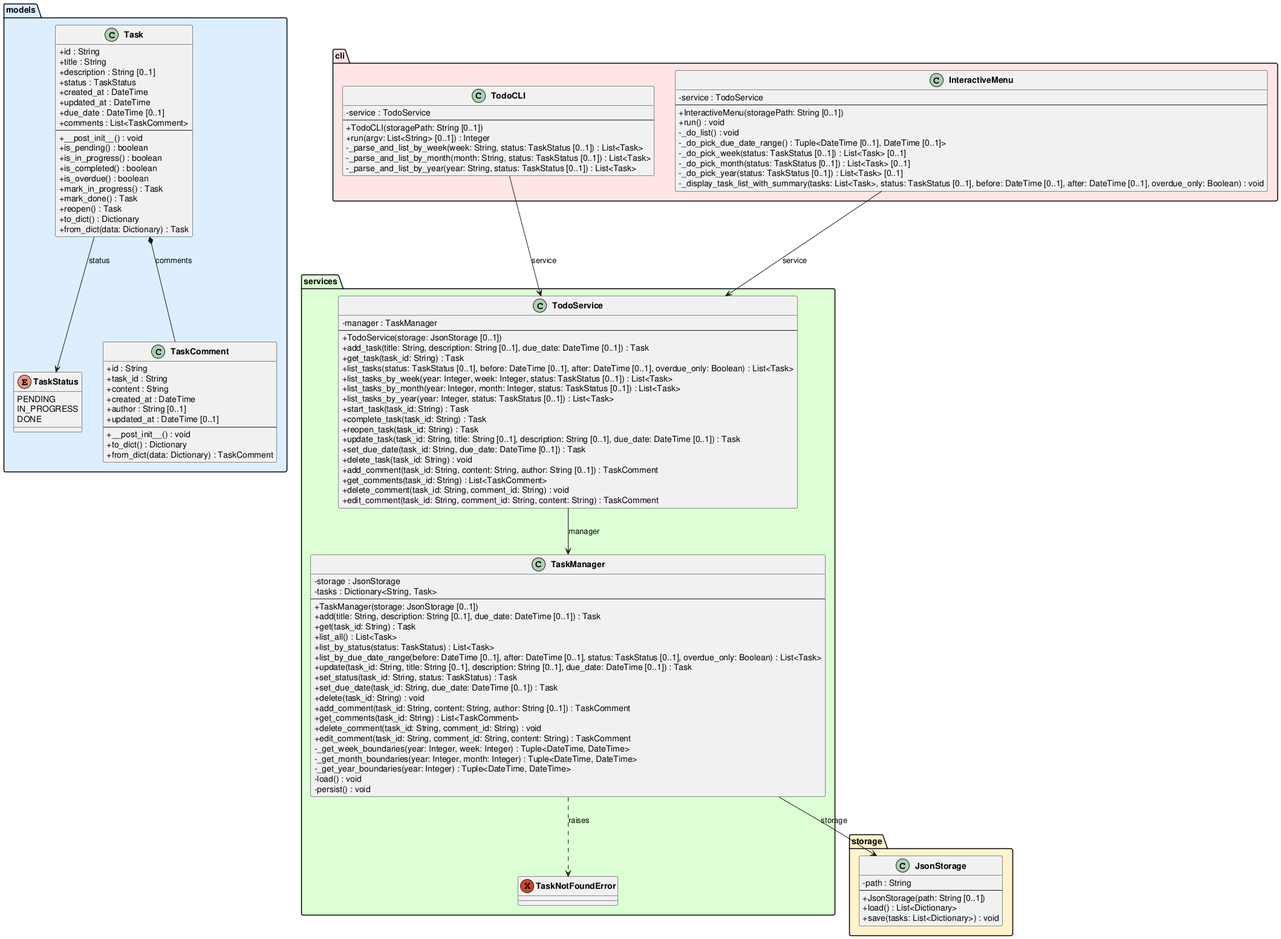
Before: experiments/pipeline/user_stories/TODO/artifacts/class_diagram.png, a diagram exported from PlantUML (DanielRiha8906/Software_autoevolution_using_agents).
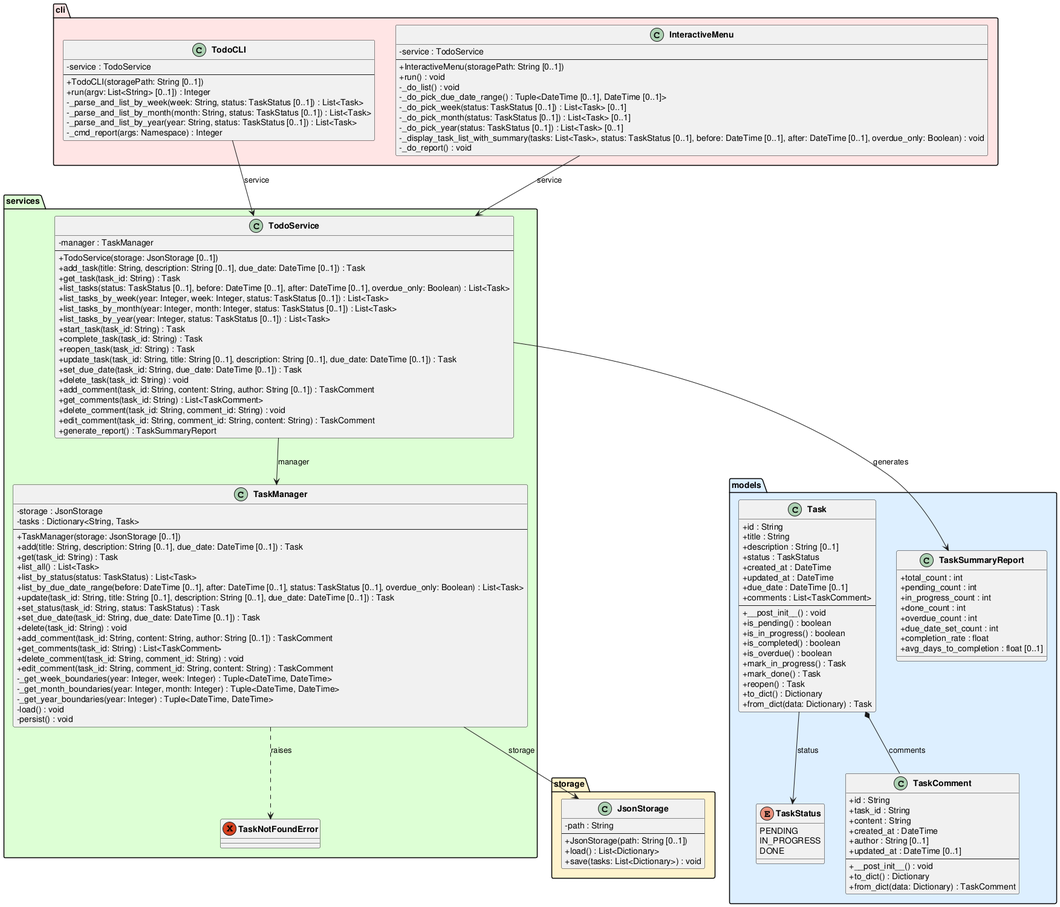
The same file after the commit.

The edit, as a diff of the source:
```diff
@@ -43,6 +43,17 @@
         +__post_init__() : void
         +to_dict() : Dictionary
         +from_dict(data: Dictionary) : TaskComment
+    }
+
+    class TaskSummaryReport {
+        +total_count : int
+        +pending_count : int
+        +in_progress_count : int
+        +done_count : int
+        +overdue_count : int
+        +due_date_set_count : int
+        +completion_rate : float
+        +avg_days_to_completion : float [0..1]
     }
 }
 
@@ -104,6 +115,7 @@
         +get_comments(task_id: String) : List<TaskComment>
         +delete_comment(task_id: String, comment_id: String) : void
         +edit_comment(task_id: String, comment_id: String, content: String) : TaskComment
+        +generate_report() : TaskSummaryReport
     }
 }
 
@@ -116,6 +128,7 @@
         -_parse_and_list_by_week(week: String, status: TaskStatus [0..1]) : List<Task>
         -_parse_and_list_by_month(month: String, status: TaskStatus [0..1]) : List<Task>
         -_parse_and_list_by_year(year: String, status: TaskStatus [0..1]) : List<Task>
+        -_cmd_report(args: Namespace) : Integer
     }
 
     class InteractiveMenu {
@@ -129,11 +142,13 @@
         -_do_pick_month(status: TaskStatus [0..1]) : List<Task> [0..1]
         -_do_pick_year(status: TaskStatus [0..1]) : List<Task> [0..1]
         -_display_task_list_with_summary(tasks: List<Task>, status: TaskStatus [0..1], before: DateTime [0..1], after: DateTime [0..1], overdue_only: Boolean) : void
+        -_do_report() : void
     }
 }
 
 Task --> TaskStatus : status
 Task *-- TaskComment : comments
+TodoService --> TaskSummaryReport : generates
 TaskManager --> JsonStorage : storage
 TaskManager ..> TaskNotFoundError : raises
 TodoService --> TaskManager : manager
```
